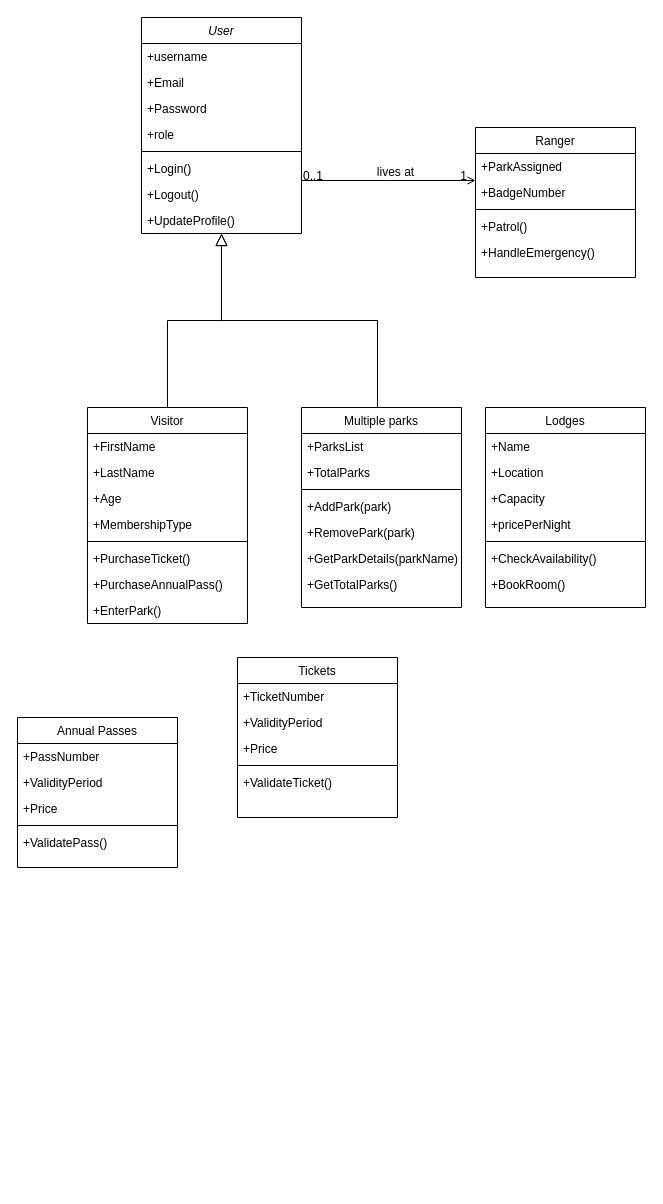
Earlier version of the draw.io diagram UML Class Diagram.drawio (cruz-welandi/UML_Class_Diagram). Source tidied: cells renumbered, new cells numbered last; positions are measured from the earlier drawing's top-left corner, leaving out a move shared by most shapes. Both pictures are drawn from the tidied source at 100%, with x=0, y=0 at pixel (17, 17).
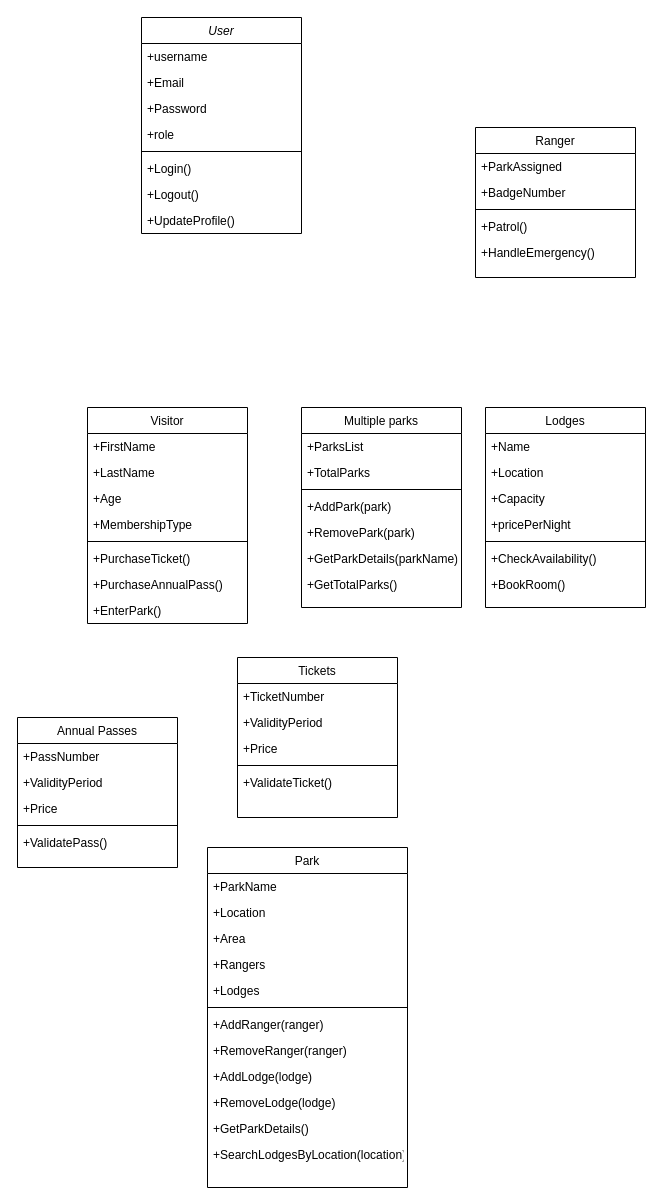
The same diagram, later.

Commit message (it also covers changes not shown here):
Mettre à jour UML Class Diagram.drawio

Unchanged cells that the change refers to:
```xml
<mxCell id="2" value="User" style="swimlane;fontStyle=2;align=center;verticalAlign=top;horizontal=1;startSize=26;rounded=0;shadow=0;strokeWidth=1;" parent="1" vertex="1">
  <mxGeometry x="124" width="160" height="216" as="geometry" />
</mxCell>
<mxCell id="11" value="Visitor" style="swimlane;fontStyle=0;align=center;verticalAlign=top;horizontal=1;startSize=26;rounded=0;shadow=0;strokeWidth=1;" parent="1" vertex="1">
  <mxGeometry x="70" y="390" width="160" height="216" as="geometry" />
</mxCell>
<mxCell id="22" value="Ranger" style="swimlane;fontStyle=0;align=center;verticalAlign=top;horizontal=1;startSize=26;rounded=0;shadow=0;strokeWidth=1;" parent="1" vertex="1">
  <mxGeometry x="458" y="110" width="160" height="150" as="geometry" />
</mxCell>
```

What changed in the source:
```diff
@@
-    <mxCell id="20" style="endArrow=block;endSize=10;endFill=0;shadow=0;strokeWidth=1;rounded=0;edgeStyle=elbowEdgeStyle;elbow=vertical;" parent="1" edge="1" source="11" target="2">
-      <mxGeometry relative="1" as="geometry" />
-    </mxCell>
-    <mxCell id="21" style="endArrow=block;endSize=10;endFill=0;shadow=0;strokeWidth=1;rounded=0;edgeStyle=elbowEdgeStyle;elbow=vertical;" parent="1" edge="1" target="2">
-      <mxGeometry relative="1" as="geometry">
-        <mxPoint x="360" y="390" as="sourcePoint" />
-      </mxGeometry>
-    </mxCell>
@@
-    <mxCell id="28" style="endArrow=open;shadow=0;strokeWidth=1;rounded=0;endFill=1;edgeStyle=elbowEdgeStyle;elbow=vertical;" parent="1" edge="1" source="2" target="22">
-      <mxGeometry x="0.5" y="41" relative="1" as="geometry">
-        <mxPoint x="-40" y="32" as="offset" />
-      </mxGeometry>
-    </mxCell>
-    <mxCell id="29" value="0..1" style="align=left;verticalAlign=bottom;labelBackgroundColor=none;fontSize=12;" parent="28" vertex="1">
-      <mxGeometry x="-1" relative="1" as="geometry">
-        <mxPoint y="4" as="offset" />
-      </mxGeometry>
-    </mxCell>
-    <mxCell id="30" value="1" style="align=right;verticalAlign=bottom;labelBackgroundColor=none;fontSize=12;" parent="28" vertex="1">
-      <mxGeometry x="1" relative="1" as="geometry">
-        <mxPoint x="-7" y="4" as="offset" />
-      </mxGeometry>
-    </mxCell>
-    <mxCell id="31" value="lives at" style="text;html=1;align=center;verticalAlign=middle;labelBackgroundColor=none;rounded=0;shadow=0;strokeWidth=1;fontSize=12;" parent="28" vertex="1">
-      <mxGeometry x="0.5" y="49" relative="1" as="geometry">
-        <mxPoint x="-38" y="40" as="offset" />
-      </mxGeometry>
-    </mxCell>
@@
+    <mxCell id="60" value="Park" style="swimlane;fontStyle=0;align=center;verticalAlign=top;horizontal=1;startSize=26;rounded=0;shadow=0;strokeWidth=1;" parent="1" vertex="1">
+      <mxGeometry x="190" y="830" width="200" height="340" as="geometry" />
+    </mxCell>
+    <mxCell id="61" value="+ParkName" style="text;align=left;verticalAlign=top;spacingLeft=4;spacingRight=4;overflow=hidden;" parent="60" vertex="1">
+      <mxGeometry y="26" width="200" height="26" as="geometry" />
+    </mxCell>
+    <mxCell id="62" value="+Location" style="text;align=left;verticalAlign=top;spacingLeft=4;spacingRight=4;overflow=hidden;rounded=0;shadow=0;html=0;" parent="60" vertex="1">
+      <mxGeometry y="52" width="200" height="26" as="geometry" />
+    </mxCell>
+    <mxCell id="63" value="+Area" style="text;align=left;verticalAlign=top;spacingLeft=4;spacingRight=4;overflow=hidden;rounded=0;shadow=0;html=0;" parent="60" vertex="1">
+      <mxGeometry y="78" width="200" height="26" as="geometry" />
+    </mxCell>
+    <mxCell id="64" value="+Rangers" style="text;align=left;verticalAlign=top;spacingLeft=4;spacingRight=4;overflow=hidden;rounded=0;shadow=0;html=0;" parent="60" vertex="1">
+      <mxGeometry y="104" width="200" height="26" as="geometry" />
+    </mxCell>
+    <mxCell id="65" value="+Lodges" style="text;align=left;verticalAlign=top;spacingLeft=4;spacingRight=4;overflow=hidden;rounded=0;shadow=0;html=0;" parent="60" vertex="1">
+      <mxGeometry y="130" width="200" height="26" as="geometry" />
+    </mxCell>
+    <mxCell id="66" style="line;html=1;strokeWidth=1;align=left;verticalAlign=middle;spacingTop=-1;spacingLeft=3;spacingRight=3;labelPosition=right;" parent="60" vertex="1">
+      <mxGeometry y="156" width="200" height="8" as="geometry" />
+    </mxCell>
+    <mxCell id="67" value="+AddRanger(ranger)" style="text;align=left;verticalAlign=top;spacingLeft=4;spacingRight=4;overflow=hidden;" parent="60" vertex="1">
+      <mxGeometry y="164" width="200" height="26" as="geometry" />
+    </mxCell>
+    <mxCell id="68" value="+RemoveRanger(ranger)" style="text;align=left;verticalAlign=top;spacingLeft=4;spacingRight=4;overflow=hidden;" parent="60" vertex="1">
+      <mxGeometry y="190" width="200" height="26" as="geometry" />
+    </mxCell>
+    <mxCell id="69" value="+AddLodge(lodge)" style="text;align=left;verticalAlign=top;spacingLeft=4;spacingRight=4;overflow=hidden;" parent="60" vertex="1">
+      <mxGeometry y="216" width="200" height="26" as="geometry" />
+    </mxCell>
+    <mxCell id="70" value="+RemoveLodge(lodge)" style="text;align=left;verticalAlign=top;spacingLeft=4;spacingRight=4;overflow=hidden;" parent="60" vertex="1">
+      <mxGeometry y="242" width="200" height="26" as="geometry" />
+    </mxCell>
+    <mxCell id="71" value="+GetParkDetails()" style="text;align=left;verticalAlign=top;spacingLeft=4;spacingRight=4;overflow=hidden;" parent="60" vertex="1">
+      <mxGeometry y="268" width="200" height="26" as="geometry" />
+    </mxCell>
+    <mxCell id="72" value="+SearchLodgesByLocation(location)" style="text;align=left;verticalAlign=top;spacingLeft=4;spacingRight=4;overflow=hidden;" parent="60" vertex="1">
+      <mxGeometry y="294" width="200" height="26" as="geometry" />
+    </mxCell>
```
